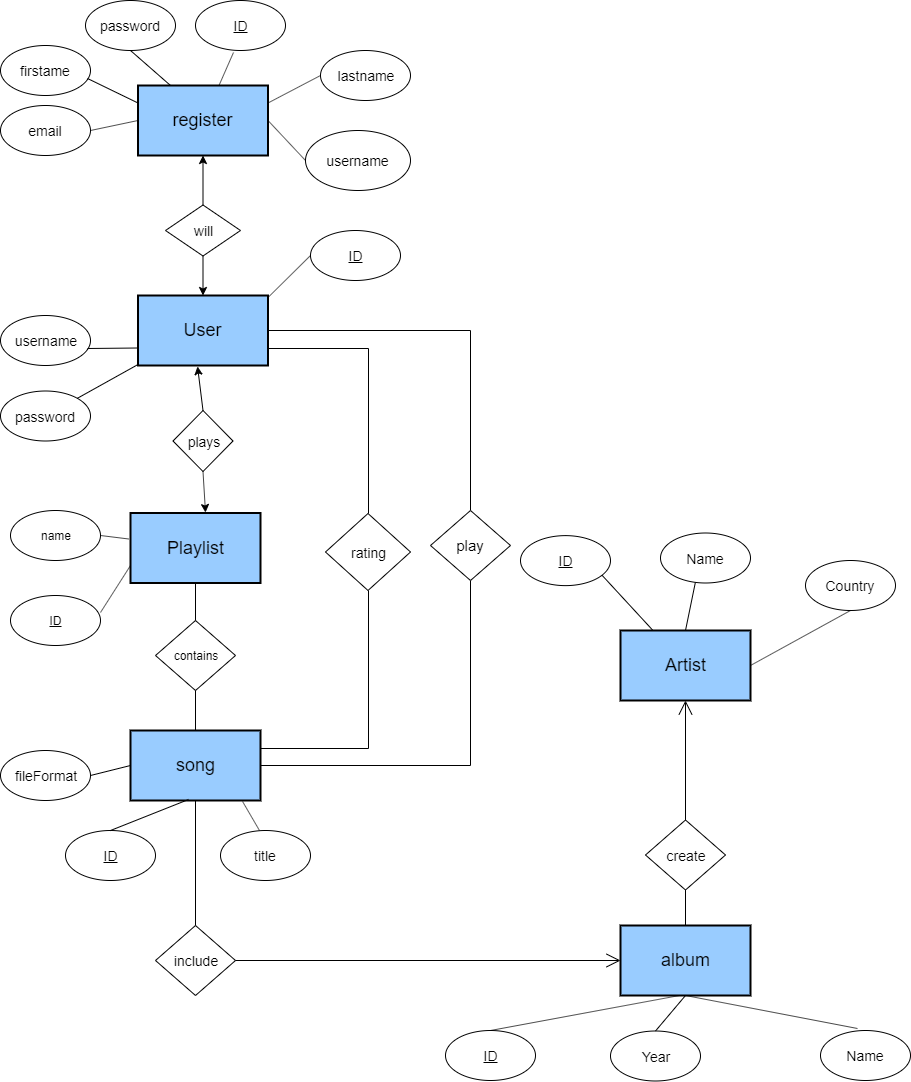
Above: ProjectDesign/cs157a_ERD.png in JPhenglavong/CS157A-20 (draw.io), before the change. Source tidied: cells renumbered, new cells last; positions are measured from the earlier drawing's top-left corner, leaving out a move shared by most shapes.
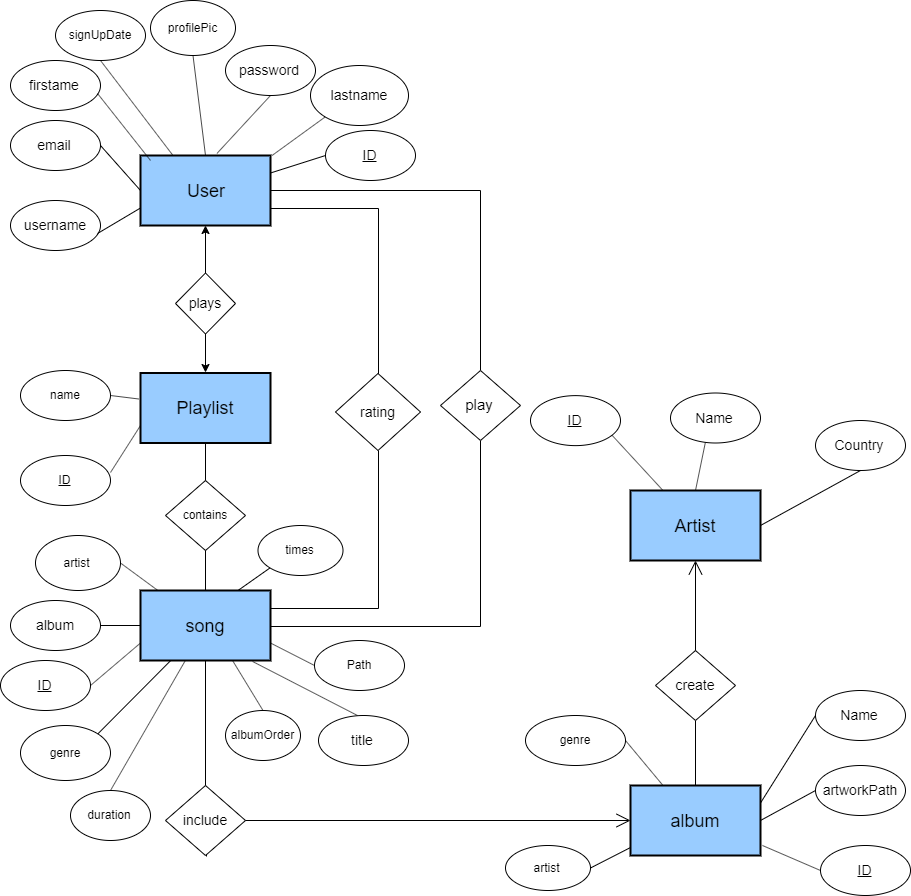
The same file after the commit.

The edit, as a diff of the source:
```diff
@@ -5,38 +5,40 @@
     <mxCell id="2" style="edgeStyle=orthogonalEdgeStyle;rounded=0;jettySize=auto;html=1;exitX=1;exitY=0.5;exitDx=0;exitDy=0;entryX=0.5;entryY=0;entryDx=0;entryDy=0;endArrow=none;endFill=0;" parent="1" edge="1" source="3" target="63">
       <mxGeometry relative="1" as="geometry" />
     </mxCell>
+    <mxCell id="70" style="edgeStyle=none;rounded=0;jettySize=auto;html=1;exitX=0.25;exitY=0;exitDx=0;exitDy=0;entryX=0.5;entryY=1;entryDx=0;entryDy=0;endArrow=none;endFill=0;" parent="1" edge="1" source="3" target="72">
+      <mxGeometry relative="1" as="geometry" />
+    </mxCell>
+    <mxCell id="71" style="edgeStyle=none;rounded=0;jettySize=auto;html=1;exitX=0.5;exitY=0;exitDx=0;exitDy=0;entryX=0.5;entryY=1;entryDx=0;entryDy=0;endArrow=none;endFill=0;" parent="1" edge="1" source="3" target="73">
+      <mxGeometry relative="1" as="geometry" />
+    </mxCell>
     <mxCell id="3" value="&lt;font style=&quot;font-size: 18px&quot;&gt;User&lt;/font&gt;" style="strokeWidth=2;whiteSpace=wrap;html=1;align=center;fontSize=14;fillColor=#99CCFF;" parent="1" vertex="1">
-      <mxGeometry x="137.5" y="295" width="130" height="70" as="geometry" />
+      <mxGeometry x="130" y="295" width="130" height="70" as="geometry" />
     </mxCell>
     <mxCell id="4" value="&lt;font style=&quot;font-size: 14px&quot;&gt;username&lt;/font&gt;" style="ellipse;whiteSpace=wrap;html=1;" parent="1" vertex="1">
-      <mxGeometry y="315" width="90" height="50" as="geometry" />
+      <mxGeometry y="340" width="90" height="50" as="geometry" />
     </mxCell>
     <mxCell id="5" value="&lt;u&gt;&lt;font style=&quot;font-size: 14px&quot;&gt;ID&lt;/font&gt;&lt;/u&gt;" style="ellipse;whiteSpace=wrap;html=1;" parent="1" vertex="1">
-      <mxGeometry x="310" y="230" width="90" height="50" as="geometry" />
+      <mxGeometry x="315" y="270" width="90" height="50" as="geometry" />
     </mxCell>
-    <mxCell id="6" value="&lt;font style=&quot;font-size: 14px&quot;&gt;password&lt;/font&gt;" style="ellipse;whiteSpace=wrap;html=1;" parent="1" vertex="1">
-      <mxGeometry y="390.5" width="90" height="50" as="geometry" />
-    </mxCell>
     <mxCell id="7" style="endArrow=none;html=1;entryX=0;entryY=0.75;entryDx=0;entryDy=0;exitX=0.967;exitY=0.66;exitDx=0;exitDy=0;exitPerimeter=0;" parent="1" edge="1" source="4" target="3">
       <mxGeometry relative="1" as="geometry" />
     </mxCell>
-    <mxCell id="8" style="endArrow=none;html=1;entryX=0;entryY=0.986;entryDx=0;entryDy=0;entryPerimeter=0;exitX=1;exitY=0;exitDx=0;exitDy=0;" parent="1" edge="1" source="6" target="3">
-      <mxGeometry relative="1" as="geometry" />
-    </mxCell>
-    <mxCell id="9" style="endArrow=none;html=1;exitX=0;exitY=0.5;exitDx=0;exitDy=0;entryX=1;entryY=0.029;entryDx=0;entryDy=0;entryPerimeter=0;" parent="1" edge="1" source="5" target="3">
+    <mxCell id="9" style="endArrow=none;html=1;exitX=0;exitY=0.5;exitDx=0;exitDy=0;entryX=1;entryY=0.25;entryDx=0;entryDy=0;" parent="1" edge="1" source="5" target="3">
       <mxGeometry relative="1" as="geometry" />
     </mxCell>
     <mxCell id="10" value="&lt;font style=&quot;font-size: 18px&quot;&gt;Playlist&lt;/font&gt;" style="strokeWidth=2;whiteSpace=wrap;html=1;align=center;fontSize=14;fillColor=#99CCFF;" parent="1" vertex="1">
       <mxGeometry x="130" y="512.5" width="130" height="70" as="geometry" />
     </mxCell>
     <mxCell id="11" value="&lt;font style=&quot;font-size: 14px&quot;&gt;plays&lt;/font&gt;" style="rhombus;whiteSpace=wrap;html=1;" parent="1" vertex="1">
-      <mxGeometry x="172.5" y="410" width="60" height="61" as="geometry" />
+      <mxGeometry x="165" y="412.5" width="60" height="61" as="geometry" />
     </mxCell>
-    <mxCell id="12" style="endArrow=classic;html=1;exitX=0.5;exitY=0;exitDx=0;exitDy=0;entryX=0.458;entryY=1.014;entryDx=0;entryDy=0;entryPerimeter=0;" parent="1" edge="1" source="11" target="3">
+    <mxCell id="12" style="endArrow=classic;html=1;exitX=0.5;exitY=0;exitDx=0;exitDy=0;entryX=0.5;entryY=1;entryDx=0;entryDy=0;" parent="1" edge="1" source="11" target="3">
       <mxGeometry relative="1" as="geometry" />
     </mxCell>
-    <mxCell id="13" style="endArrow=classic;html=1;entryX=0.577;entryY=-0.007;entryDx=0;entryDy=0;exitX=0.5;exitY=1;exitDx=0;exitDy=0;entryPerimeter=0;" parent="1" edge="1" source="11" target="10">
-      <mxGeometry relative="1" as="geometry" />
+    <mxCell id="13" style="endArrow=classic;html=1;exitX=0.5;exitY=1;exitDx=0;exitDy=0;" parent="1" edge="1" source="11">
+      <mxGeometry relative="1" as="geometry">
+        <mxPoint x="195" y="512" as="targetPoint" />
+      </mxGeometry>
     </mxCell>
     <mxCell id="14" value="name" style="ellipse;whiteSpace=wrap;html=1;" parent="1" vertex="1">
       <mxGeometry x="10" y="510" width="90" height="50" as="geometry" />
@@ -63,16 +65,16 @@
       <mxGeometry relative="1" as="geometry" />
     </mxCell>
     <mxCell id="22" value="&lt;u&gt;&lt;font style=&quot;font-size: 14px&quot;&gt;ID&lt;/font&gt;&lt;/u&gt;" style="ellipse;whiteSpace=wrap;html=1;" parent="1" vertex="1">
-      <mxGeometry x="65" y="830" width="90" height="50" as="geometry" />
+      <mxGeometry x="-10" y="800" width="90" height="50" as="geometry" />
     </mxCell>
-    <mxCell id="23" style="endArrow=none;html=1;entryX=0.446;entryY=0.986;entryDx=0;entryDy=0;entryPerimeter=0;exitX=0.5;exitY=0;exitDx=0;exitDy=0;" parent="1" edge="1" source="22" target="20">
+    <mxCell id="23" style="endArrow=none;html=1;entryX=0;entryY=0.75;entryDx=0;entryDy=0;exitX=1;exitY=0.5;exitDx=0;exitDy=0;" parent="1" edge="1" source="22" target="20">
       <mxGeometry relative="1" as="geometry" />
     </mxCell>
-    <mxCell id="24" value="&lt;font style=&quot;font-size: 14px&quot;&gt;fileFormat&lt;/font&gt;" style="ellipse;whiteSpace=wrap;html=1;" parent="1" vertex="1">
-      <mxGeometry y="750" width="90" height="50" as="geometry" />
+    <mxCell id="24" value="&lt;font style=&quot;font-size: 14px&quot;&gt;album&lt;/font&gt;" style="ellipse;whiteSpace=wrap;html=1;" parent="1" vertex="1">
+      <mxGeometry y="740" width="90" height="50" as="geometry" />
     </mxCell>
     <mxCell id="25" value="&lt;font style=&quot;font-size: 14px&quot;&gt;title&lt;/font&gt;" style="ellipse;whiteSpace=wrap;html=1;" parent="1" vertex="1">
-      <mxGeometry x="220" y="830" width="90" height="50" as="geometry" />
+      <mxGeometry x="308" y="855" width="90" height="50" as="geometry" />
     </mxCell>
     <mxCell id="26" style="endArrow=none;html=1;entryX=0.862;entryY=1.014;entryDx=0;entryDy=0;exitX=0.433;exitY=0;exitDx=0;exitDy=0;exitPerimeter=0;entryPerimeter=0;" parent="1" edge="1" source="25" target="20">
       <mxGeometry relative="1" as="geometry" />
@@ -94,29 +96,29 @@
     <mxCell id="31" value="&lt;font style=&quot;font-size: 18px&quot;&gt;album&lt;/font&gt;" style="strokeWidth=2;whiteSpace=wrap;html=1;align=center;fontSize=14;fillColor=#99CCFF;" parent="1" vertex="1">
       <mxGeometry x="620" y="925" width="130" height="70" as="geometry" />
     </mxCell>
-    <mxCell id="32" style="endArrow=none;html=1;entryX=0.454;entryY=1;entryDx=0;entryDy=0;entryPerimeter=0;exitX=0.5;exitY=0;exitDx=0;exitDy=0;" parent="1" edge="1" source="33" target="31">
+    <mxCell id="32" style="endArrow=none;html=1;entryX=1.015;entryY=0.857;entryDx=0;entryDy=0;entryPerimeter=0;exitX=0;exitY=0.5;exitDx=0;exitDy=0;" parent="1" edge="1" source="33" target="31">
       <mxGeometry relative="1" as="geometry" />
     </mxCell>
     <mxCell id="33" value="&lt;u&gt;&lt;font style=&quot;font-size: 14px&quot;&gt;ID&lt;/font&gt;&lt;/u&gt;" style="ellipse;whiteSpace=wrap;html=1;" parent="1" vertex="1">
-      <mxGeometry x="445" y="1030" width="90" height="50" as="geometry" />
+      <mxGeometry x="810" y="985" width="90" height="50" as="geometry" />
     </mxCell>
-    <mxCell id="34" value="&lt;font style=&quot;font-size: 14px&quot;&gt;Year&lt;/font&gt;" style="ellipse;whiteSpace=wrap;html=1;" parent="1" vertex="1">
-      <mxGeometry x="610" y="1030.5" width="90" height="50" as="geometry" />
+    <mxCell id="34" value="&lt;font style=&quot;font-size: 14px&quot;&gt;artworkPath&lt;br&gt;&lt;/font&gt;" style="ellipse;whiteSpace=wrap;html=1;" parent="1" vertex="1">
+      <mxGeometry x="805" y="905" width="90" height="50" as="geometry" />
     </mxCell>
     <mxCell id="35" value="&lt;font style=&quot;font-size: 14px&quot;&gt;Name&lt;/font&gt;" style="ellipse;whiteSpace=wrap;html=1;" parent="1" vertex="1">
-      <mxGeometry x="820" y="1030" width="90" height="50" as="geometry" />
+      <mxGeometry x="805" y="830" width="90" height="50" as="geometry" />
     </mxCell>
-    <mxCell id="36" style="endArrow=none;html=1;entryX=0.5;entryY=1;entryDx=0;entryDy=0;exitX=0.5;exitY=0;exitDx=0;exitDy=0;" parent="1" edge="1" source="34" target="31">
+    <mxCell id="36" style="endArrow=none;html=1;entryX=1;entryY=0.5;entryDx=0;entryDy=0;exitX=0;exitY=0.5;exitDx=0;exitDy=0;" parent="1" edge="1" source="34" target="31">
       <mxGeometry relative="1" as="geometry" />
     </mxCell>
-    <mxCell id="37" style="endArrow=none;html=1;entryX=0.5;entryY=1;entryDx=0;entryDy=0;exitX=0.411;exitY=-0.04;exitDx=0;exitDy=0;exitPerimeter=0;" parent="1" edge="1" source="35" target="31">
+    <mxCell id="37" style="endArrow=none;html=1;entryX=1;entryY=0.25;entryDx=0;entryDy=0;exitX=0;exitY=0.5;exitDx=0;exitDy=0;" parent="1" edge="1" source="35" target="31">
       <mxGeometry relative="1" as="geometry" />
     </mxCell>
     <mxCell id="38" style="endArrow=none;html=1;entryX=0.5;entryY=0;entryDx=0;entryDy=0;exitX=0.5;exitY=1;exitDx=0;exitDy=0;" parent="1" edge="1" source="39" target="31">
       <mxGeometry relative="1" as="geometry" />
     </mxCell>
     <mxCell id="39" value="&lt;font style=&quot;font-size: 14px&quot;&gt;create&lt;/font&gt;" style="rhombus;whiteSpace=wrap;html=1;" parent="1" vertex="1">
-      <mxGeometry x="645" y="819.5" width="80" height="70" as="geometry" />
+      <mxGeometry x="645" y="790" width="80" height="70" as="geometry" />
     </mxCell>
     <mxCell id="40" style="rounded=0;jettySize=auto;html=1;exitX=0.5;exitY=0;exitDx=0;exitDy=0;entryX=0.5;entryY=0;entryDx=0;entryDy=0;endArrow=none;endFill=0;" parent="1" edge="1" source="41" target="42">
       <mxGeometry relative="1" as="geometry" />
@@ -136,48 +138,30 @@
     <mxCell id="45" style="endArrow=none;html=1;entryX=1;entryY=0.5;entryDx=0;entryDy=0;exitX=0.5;exitY=1;exitDx=0;exitDy=0;" parent="1" edge="1" source="43" target="41">
       <mxGeometry relative="1" as="geometry" />
     </mxCell>
-    <mxCell id="46" value="&lt;font style=&quot;font-size: 18px&quot;&gt;register&lt;/font&gt;" style="strokeWidth=2;whiteSpace=wrap;html=1;align=center;fontSize=14;fillColor=#99CCFF;" parent="1" vertex="1">
-      <mxGeometry x="137.5" y="85" width="130" height="70" as="geometry" />
-    </mxCell>
     <mxCell id="47" value="&lt;font style=&quot;font-size: 14px&quot;&gt;firstame&lt;/font&gt;" style="ellipse;whiteSpace=wrap;html=1;" parent="1" vertex="1">
-      <mxGeometry y="45" width="90" height="50" as="geometry" />
+      <mxGeometry y="200" width="90" height="50" as="geometry" />
     </mxCell>
     <mxCell id="48" value="&lt;font style=&quot;font-size: 14px&quot;&gt;email&lt;/font&gt;" style="ellipse;whiteSpace=wrap;html=1;" parent="1" vertex="1">
-      <mxGeometry y="105" width="90" height="50" as="geometry" />
+      <mxGeometry y="260" width="90" height="50" as="geometry" />
     </mxCell>
-    <mxCell id="49" value="&lt;u&gt;&lt;font style=&quot;font-size: 14px&quot;&gt;ID&lt;/font&gt;&lt;/u&gt;" style="ellipse;whiteSpace=wrap;html=1;" parent="1" vertex="1">
-      <mxGeometry x="195" width="90" height="50" as="geometry" />
-    </mxCell>
     <mxCell id="50" value="&lt;font style=&quot;font-size: 14px&quot;&gt;password&lt;/font&gt;" style="ellipse;whiteSpace=wrap;html=1;" parent="1" vertex="1">
-      <mxGeometry x="85" width="90" height="50" as="geometry" />
+      <mxGeometry x="215" y="185" width="90" height="50" as="geometry" />
     </mxCell>
     <mxCell id="51" value="&lt;font style=&quot;font-size: 14px&quot;&gt;lastname&lt;/font&gt;" style="ellipse;whiteSpace=wrap;html=1;" parent="1" vertex="1">
-      <mxGeometry x="320" y="50" width="90" height="50" as="geometry" />
+      <mxGeometry x="300" y="205" width="98" height="60" as="geometry" />
     </mxCell>
-    <mxCell id="52" style="endArrow=none;html=1;entryX=0;entryY=0.25;entryDx=0;entryDy=0;exitX=0.967;exitY=0.66;exitDx=0;exitDy=0;exitPerimeter=0;" parent="1" edge="1" source="47" target="46">
+    <mxCell id="52" style="endArrow=none;html=1;exitX=0.967;exitY=0.66;exitDx=0;exitDy=0;exitPerimeter=0;entryX=0.077;entryY=0.071;entryDx=0;entryDy=0;entryPerimeter=0;" parent="1" edge="1" source="47" target="3">
       <mxGeometry relative="1" as="geometry" />
     </mxCell>
-    <mxCell id="53" style="endArrow=none;html=1;entryX=0;entryY=0.5;entryDx=0;entryDy=0;exitX=1;exitY=0.5;exitDx=0;exitDy=0;" parent="1" edge="1" source="48" target="46">
+    <mxCell id="53" style="endArrow=none;html=1;entryX=0;entryY=0.5;entryDx=0;entryDy=0;exitX=1;exitY=0.5;exitDx=0;exitDy=0;" parent="1" edge="1" source="48" target="3">
       <mxGeometry relative="1" as="geometry" />
     </mxCell>
-    <mxCell id="54" style="endArrow=none;html=1;exitX=0.5;exitY=1;exitDx=0;exitDy=0;entryX=0.25;entryY=0;entryDx=0;entryDy=0;" parent="1" edge="1" source="50" target="46">
+    <mxCell id="54" style="endArrow=none;html=1;exitX=0.5;exitY=1;exitDx=0;exitDy=0;entryX=0.588;entryY=-0.029;entryDx=0;entryDy=0;entryPerimeter=0;" parent="1" edge="1" source="50" target="3">
       <mxGeometry relative="1" as="geometry" />
     </mxCell>
-    <mxCell id="55" style="endArrow=none;html=1;exitX=0.422;exitY=1.04;exitDx=0;exitDy=0;exitPerimeter=0;entryX=0.623;entryY=0;entryDx=0;entryDy=0;entryPerimeter=0;" parent="1" edge="1" source="49" target="46">
-      <mxGeometry relative="1" as="geometry" />
-    </mxCell>
-    <mxCell id="56" style="endArrow=none;html=1;entryX=1;entryY=0.25;entryDx=0;entryDy=0;exitX=0;exitY=0.5;exitDx=0;exitDy=0;" parent="1" edge="1" source="51" target="46">
+    <mxCell id="56" style="endArrow=none;html=1;exitX=0;exitY=1;exitDx=0;exitDy=0;entryX=1.012;entryY=0;entryDx=0;entryDy=0;entryPerimeter=0;" parent="1" edge="1" source="51" target="3">
       <mxGeometry relative="1" as="geometry" />
     </mxCell>
-    <mxCell id="57" value="&lt;font style=&quot;font-size: 14px&quot;&gt;will&lt;/font&gt;" style="rhombus;whiteSpace=wrap;html=1;" parent="1" vertex="1">
-      <mxGeometry x="165" y="204.5" width="75" height="51" as="geometry" />
-    </mxCell>
-    <mxCell id="58" style="endArrow=classic;html=1;entryX=0.5;entryY=1;entryDx=0;entryDy=0;exitX=0.5;exitY=0;exitDx=0;exitDy=0;" parent="1" edge="1" source="57" target="46">
-      <mxGeometry relative="1" as="geometry" />
-    </mxCell>
-    <mxCell id="59" style="endArrow=classic;html=1;entryX=0.5;entryY=0;entryDx=0;entryDy=0;exitX=0.5;exitY=1;exitDx=0;exitDy=0;" parent="1" edge="1" source="57" target="3">
-      <mxGeometry relative="1" as="geometry" />
-    </mxCell>
     <mxCell id="60" style="endArrow=open;endFill=1;endSize=12;html=1;exitX=0.5;exitY=0;exitDx=0;exitDy=0;entryX=0.5;entryY=1;entryDx=0;entryDy=0;" parent="1" edge="1" source="39" target="41">
       <mxGeometry relative="1" as="geometry" />
     </mxCell>
@@ -202,11 +186,59 @@
     <mxCell id="67" value="&lt;u&gt;&lt;font style=&quot;font-size: 14px&quot;&gt;ID&lt;/font&gt;&lt;/u&gt;" style="ellipse;whiteSpace=wrap;html=1;" parent="1" vertex="1">
       <mxGeometry x="520" y="535.1" width="90" height="50" as="geometry" />
     </mxCell>
-    <mxCell id="68" style="rounded=0;jettySize=auto;html=1;exitX=0;exitY=0.5;exitDx=0;exitDy=0;entryX=1;entryY=0.5;entryDx=0;entryDy=0;endArrow=none;endFill=0;" parent="1" edge="1" source="69" target="46">
-      <mxGeometry relative="1" as="geometry" />
-    </mxCell>
-    <mxCell id="69" value="&lt;font style=&quot;font-size: 14px&quot;&gt;username&lt;/font&gt;" style="ellipse;whiteSpace=wrap;html=1;" parent="1" vertex="1">
-      <mxGeometry x="305" y="130" width="105" height="60" as="geometry" />
-    </mxCell>
+    <mxCell id="72" value="signUpDate" style="ellipse;whiteSpace=wrap;html=1;" parent="1" vertex="1">
+      <mxGeometry x="45" y="150" width="90" height="50" as="geometry" />
+    </mxCell>
+    <mxCell id="73" value="profilePic" style="ellipse;whiteSpace=wrap;html=1;" parent="1" vertex="1">
+      <mxGeometry x="140" y="140" width="85" height="55" as="geometry" />
+    </mxCell>
+    <mxCell id="74" style="edgeStyle=none;rounded=0;jettySize=auto;html=1;exitX=1;exitY=0.5;exitDx=0;exitDy=0;entryX=0.25;entryY=0;entryDx=0;entryDy=0;endArrow=none;endFill=0;" parent="1" edge="1" source="75" target="31">
+      <mxGeometry relative="1" as="geometry" />
+    </mxCell>
+    <mxCell id="75" value="genre" style="ellipse;whiteSpace=wrap;html=1;" parent="1" vertex="1">
+      <mxGeometry x="515" y="855" width="100" height="50" as="geometry" />
+    </mxCell>
+    <mxCell id="76" style="edgeStyle=none;rounded=0;jettySize=auto;html=1;exitX=1;exitY=0.5;exitDx=0;exitDy=0;entryX=0;entryY=0.886;entryDx=0;entryDy=0;entryPerimeter=0;endArrow=none;endFill=0;" parent="1" edge="1" source="77" target="31">
+      <mxGeometry relative="1" as="geometry" />
+    </mxCell>
+    <mxCell id="77" value="artist" style="ellipse;whiteSpace=wrap;html=1;" parent="1" vertex="1">
+      <mxGeometry x="495" y="985" width="85" height="45" as="geometry" />
+    </mxCell>
+    <mxCell id="78" style="edgeStyle=none;rounded=0;jettySize=auto;html=1;exitX=1;exitY=0.5;exitDx=0;exitDy=0;endArrow=none;endFill=0;" parent="1" edge="1" source="79" target="20">
+      <mxGeometry relative="1" as="geometry" />
+    </mxCell>
+    <mxCell id="79" value="artist" style="ellipse;whiteSpace=wrap;html=1;" parent="1" vertex="1">
+      <mxGeometry x="25" y="675" width="85" height="55" as="geometry" />
+    </mxCell>
+    <mxCell id="80" style="edgeStyle=none;rounded=0;jettySize=auto;html=1;exitX=1;exitY=0;exitDx=0;exitDy=0;endArrow=none;endFill=0;" parent="1" edge="1" source="81" target="20">
+      <mxGeometry relative="1" as="geometry" />
+    </mxCell>
+    <mxCell id="81" value="genre" style="ellipse;whiteSpace=wrap;html=1;" parent="1" vertex="1">
+      <mxGeometry x="10" y="865" width="90" height="55" as="geometry" />
+    </mxCell>
+    <mxCell id="82" style="edgeStyle=none;rounded=0;jettySize=auto;html=1;exitX=0.5;exitY=0;exitDx=0;exitDy=0;endArrow=none;endFill=0;" parent="1" edge="1" source="83" target="20">
+      <mxGeometry relative="1" as="geometry" />
+    </mxCell>
+    <mxCell id="83" value="duration" style="ellipse;whiteSpace=wrap;html=1;" parent="1" vertex="1">
+      <mxGeometry x="60" y="930" width="80" height="50" as="geometry" />
+    </mxCell>
+    <mxCell id="84" style="edgeStyle=none;rounded=0;jettySize=auto;html=1;exitX=0;exitY=0.5;exitDx=0;exitDy=0;entryX=1;entryY=0.75;entryDx=0;entryDy=0;endArrow=none;endFill=0;" parent="1" edge="1" source="85" target="20">
+      <mxGeometry relative="1" as="geometry" />
+    </mxCell>
+    <mxCell id="85" value="Path" style="ellipse;whiteSpace=wrap;html=1;" parent="1" vertex="1">
+      <mxGeometry x="304" y="780" width="90" height="50" as="geometry" />
+    </mxCell>
+    <mxCell id="86" style="edgeStyle=none;rounded=0;jettySize=auto;html=1;exitX=0.5;exitY=0;exitDx=0;exitDy=0;entryX=0.708;entryY=1;entryDx=0;entryDy=0;entryPerimeter=0;endArrow=none;endFill=0;" parent="1" edge="1" source="87" target="20">
+      <mxGeometry relative="1" as="geometry" />
+    </mxCell>
+    <mxCell id="87" value="albumOrder" style="ellipse;whiteSpace=wrap;html=1;" parent="1" vertex="1">
+      <mxGeometry x="215" y="850" width="75" height="50" as="geometry" />
+    </mxCell>
+    <mxCell id="88" style="edgeStyle=none;rounded=0;jettySize=auto;html=1;exitX=0;exitY=1;exitDx=0;exitDy=0;entryX=0.75;entryY=0;entryDx=0;entryDy=0;endArrow=none;endFill=0;" parent="1" edge="1" source="89" target="20">
+      <mxGeometry relative="1" as="geometry" />
+    </mxCell>
+    <mxCell id="89" value="times" style="ellipse;whiteSpace=wrap;html=1;" parent="1" vertex="1">
+      <mxGeometry x="247.5" y="665" width="85" height="50" as="geometry" />
+    </mxCell>
   </root>
 </mxGraphModel>
```
